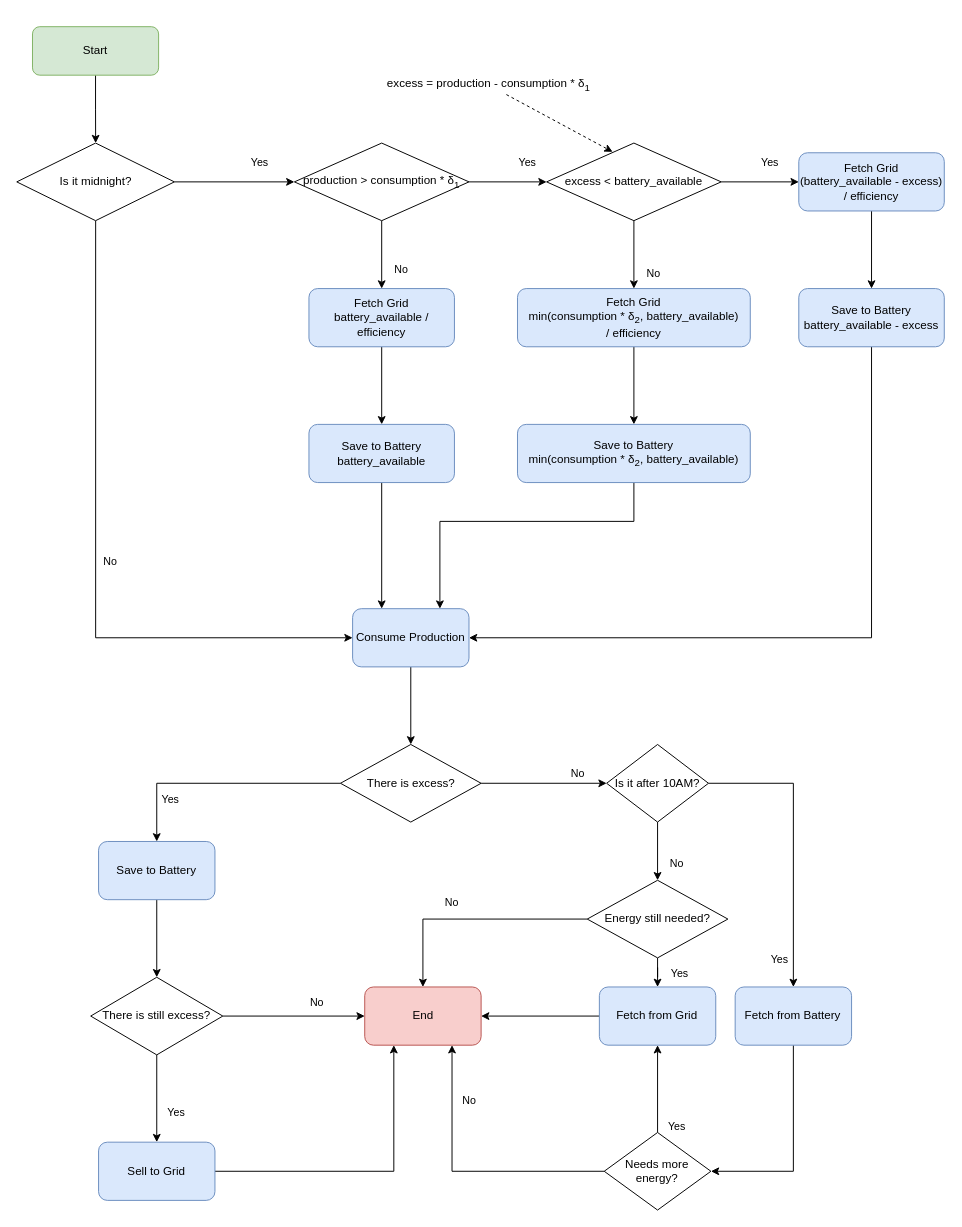
Earlier version of the draw.io diagram page "Page-3" (3 of 3) of images/algorithm.drawio (miguelmatos-ua/sistema_gestao_rec). Source tidied: cells renumbered, new cells numbered last; positions are measured from the earlier drawing's top-left corner, leaving out a move shared by most shapes. Both pictures are drawn from the tidied source at 97%, with x=0, y=0 at pixel (16, 26).
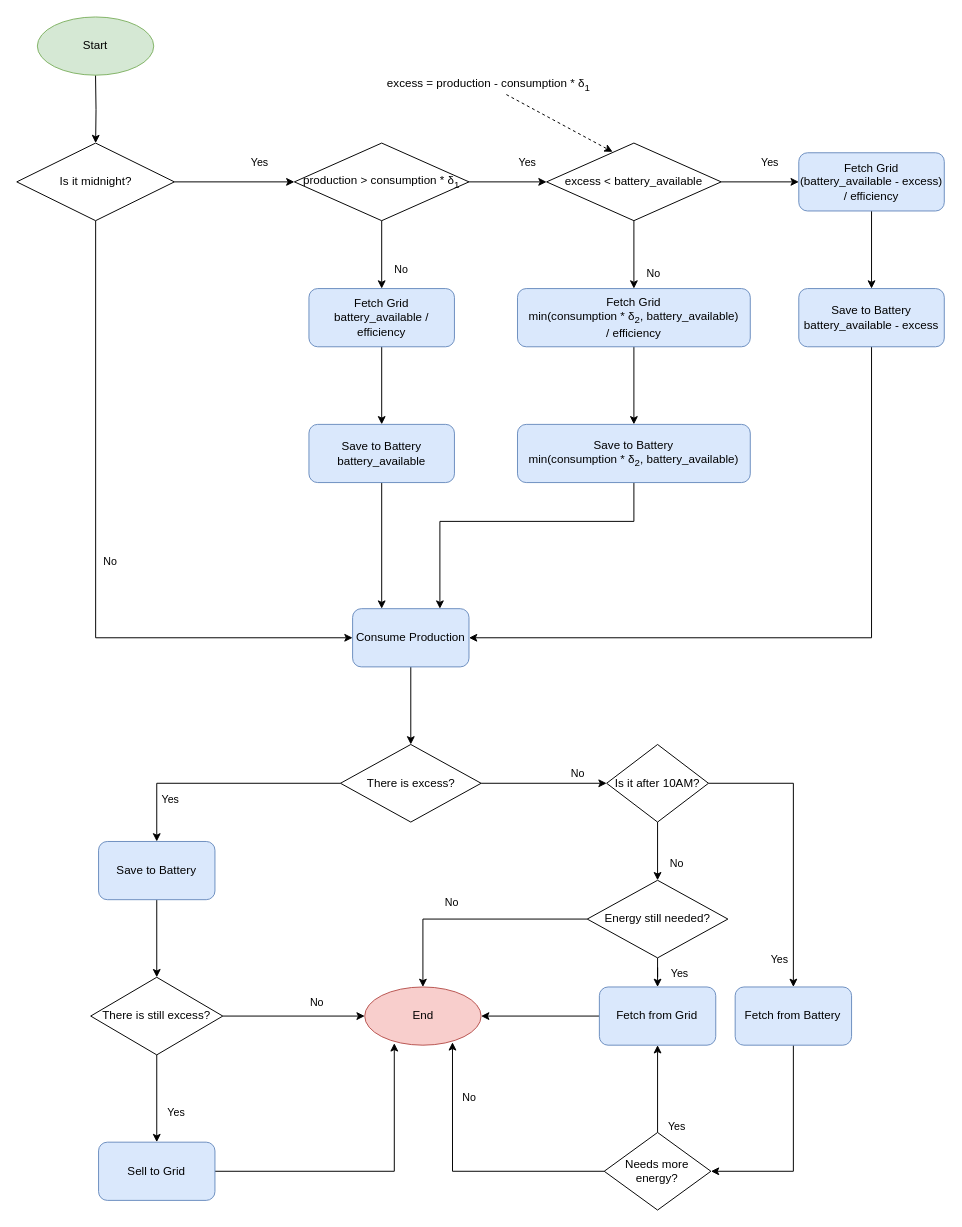
The same diagram, later.

Unchanged cells that the change refers to:
```xml
<mxCell id="6" value="Is it midnight?" style="rhombus;whiteSpace=wrap;html=1;rounded=0;glass=0;strokeWidth=1;shadow=0;" parent="1" vertex="1">
  <mxGeometry x="-0.2" y="120" width="162.5" height="80" as="geometry" />
</mxCell>
<mxCell id="43" value="Needs more energy?" style="rhombus;whiteSpace=wrap;html=1;rounded=0;glass=0;strokeWidth=1;shadow=0;" parent="1" vertex="1">
  <mxGeometry x="605.4" y="1140" width="110" height="80" as="geometry" />
</mxCell>
<mxCell id="49" value="There is still excess?" style="rhombus;whiteSpace=wrap;html=1;rounded=0;glass=0;strokeWidth=1;shadow=0;" parent="1" vertex="1">
  <mxGeometry x="76" y="980" width="136.2" height="80" as="geometry" />
</mxCell>
<mxCell id="51" value="Sell to Grid" style="whiteSpace=wrap;html=1;rounded=1;glass=0;strokeWidth=1;shadow=0;fillColor=#dae8fc;strokeColor=#6c8ebf;" parent="1" vertex="1">
  <mxGeometry x="84.1" y="1150" width="120" height="60" as="geometry" />
</mxCell>
```

Diff of the diagram source:
```diff
@@
-    <mxCell id="2" style="edgeStyle=orthogonalEdgeStyle;rounded=0;jettySize=auto;html=1;" parent="1" edge="1" source="3" target="6">
-      <mxGeometry relative="1" as="geometry" />
+    <mxCell id="2" style="edgeStyle=orthogonalEdgeStyle;rounded=0;jettySize=auto;html=1;" parent="1" edge="1" target="6">
+      <mxGeometry relative="1" as="geometry">
+        <mxPoint x="81" y="50" as="sourcePoint" />
+      </mxGeometry>
     </mxCell>
-    <mxCell id="3" value="Start" style="rounded=1;whiteSpace=wrap;html=1;fontSize=12;glass=0;strokeWidth=1;shadow=0;fillColor=#d5e8d4;strokeColor=#82b366;" parent="1" vertex="1">
-      <mxGeometry x="16" width="130" height="50" as="geometry" />
-    </mxCell>
@@
-    <mxCell id="42" value="No" style="edgeStyle=orthogonalEdgeStyle;rounded=0;jettySize=auto;html=1;entryX=0.75;entryY=1;entryDx=0;entryDy=0;" parent="1" edge="1" source="43" target="52">
+    <mxCell id="42" value="No" style="edgeStyle=orthogonalEdgeStyle;rounded=0;jettySize=auto;html=1;entryX=0.754;entryY=0.95;entryDx=0;entryDy=0;entryPerimeter=0;" parent="1" edge="1" source="43" target="52">
       <mxGeometry x="0.6" y="-17" relative="1" as="geometry">
         <Array as="points">
           <mxPoint x="449" y="1180" />
         </Array>
       </mxGeometry>
     </mxCell>
@@
-    <mxCell id="48" value="&lt;div&gt;No&lt;/div&gt;" style="edgeStyle=orthogonalEdgeStyle;rounded=0;jettySize=auto;html=1;" parent="1" edge="1" source="49" target="52">
+    <mxCell id="48" value="&lt;div&gt;No&lt;/div&gt;" style="edgeStyle=orthogonalEdgeStyle;rounded=0;jettySize=auto;html=1;entryX=0;entryY=0.5;entryDx=0;entryDy=0;" parent="1" edge="1" source="49" target="52">
       <mxGeometry x="0.33" y="14" relative="1" as="geometry" />
     </mxCell>
@@
-    <mxCell id="50" style="edgeStyle=orthogonalEdgeStyle;rounded=0;jettySize=auto;html=1;entryX=0.25;entryY=1;entryDx=0;entryDy=0;" parent="1" edge="1" source="51" target="52">
+    <mxCell id="50" style="edgeStyle=orthogonalEdgeStyle;rounded=0;jettySize=auto;html=1;entryX=0.254;entryY=0.967;entryDx=0;entryDy=0;entryPerimeter=0;" parent="1" edge="1" source="51" target="52">
       <mxGeometry relative="1" as="geometry">
         <Array as="points">
           <mxPoint x="389" y="1180" />
         </Array>
       </mxGeometry>
     </mxCell>
@@
+    <mxCell id="3" value="Start" style="ellipse;whiteSpace=wrap;html=1;fillColor=#d5e8d4;strokeColor=#82b366;" parent="1" vertex="1">
+      <mxGeometry x="21" y="-10" width="120" height="60" as="geometry" />
+    </mxCell>
-    <mxCell id="52" value="End" style="whiteSpace=wrap;html=1;rounded=1;glass=0;strokeWidth=1;shadow=0;fillColor=#f8cecc;strokeColor=#b85450;" parent="1" vertex="1">
+    <mxCell id="52" value="End" style="ellipse;whiteSpace=wrap;html=1;fillColor=#f8cecc;strokeColor=#b85450;" parent="1" vertex="1">
       <mxGeometry x="358.5" y="990" width="120" height="60" as="geometry" />
     </mxCell>
```
